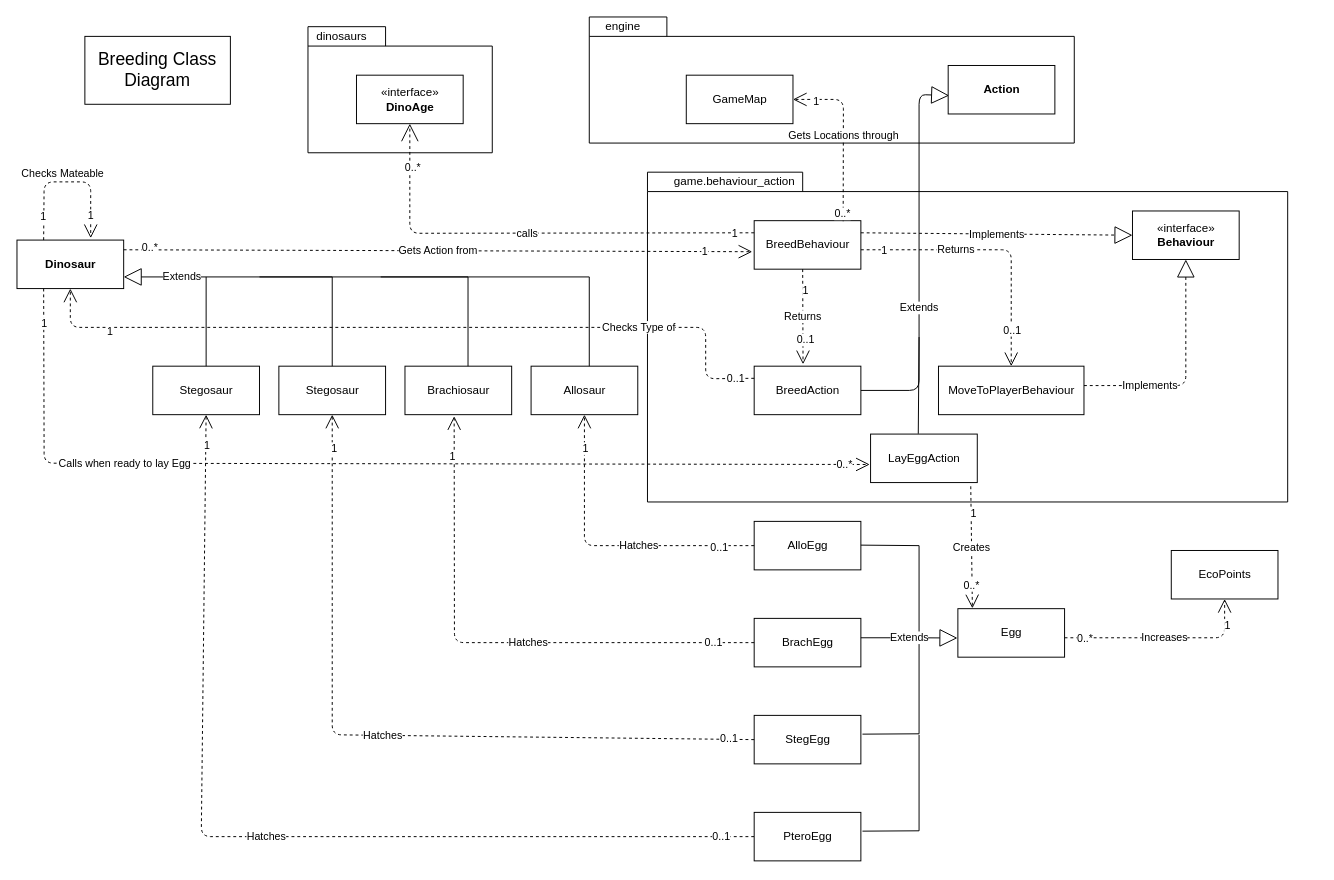
Dax246/FIT2099 keeps this draw.io diagram as Assignment 3 diagrams/UML/Breeding Class Diagram.drawio. Above is the earlier version. Source tidied: cells renumbered, new cells numbered last; positions are measured from the earlier drawing's top-left corner, leaving out a move shared by most shapes. Both pictures are drawn from the tidied source at 97%, with x=0, y=0 at pixel (16, 16).
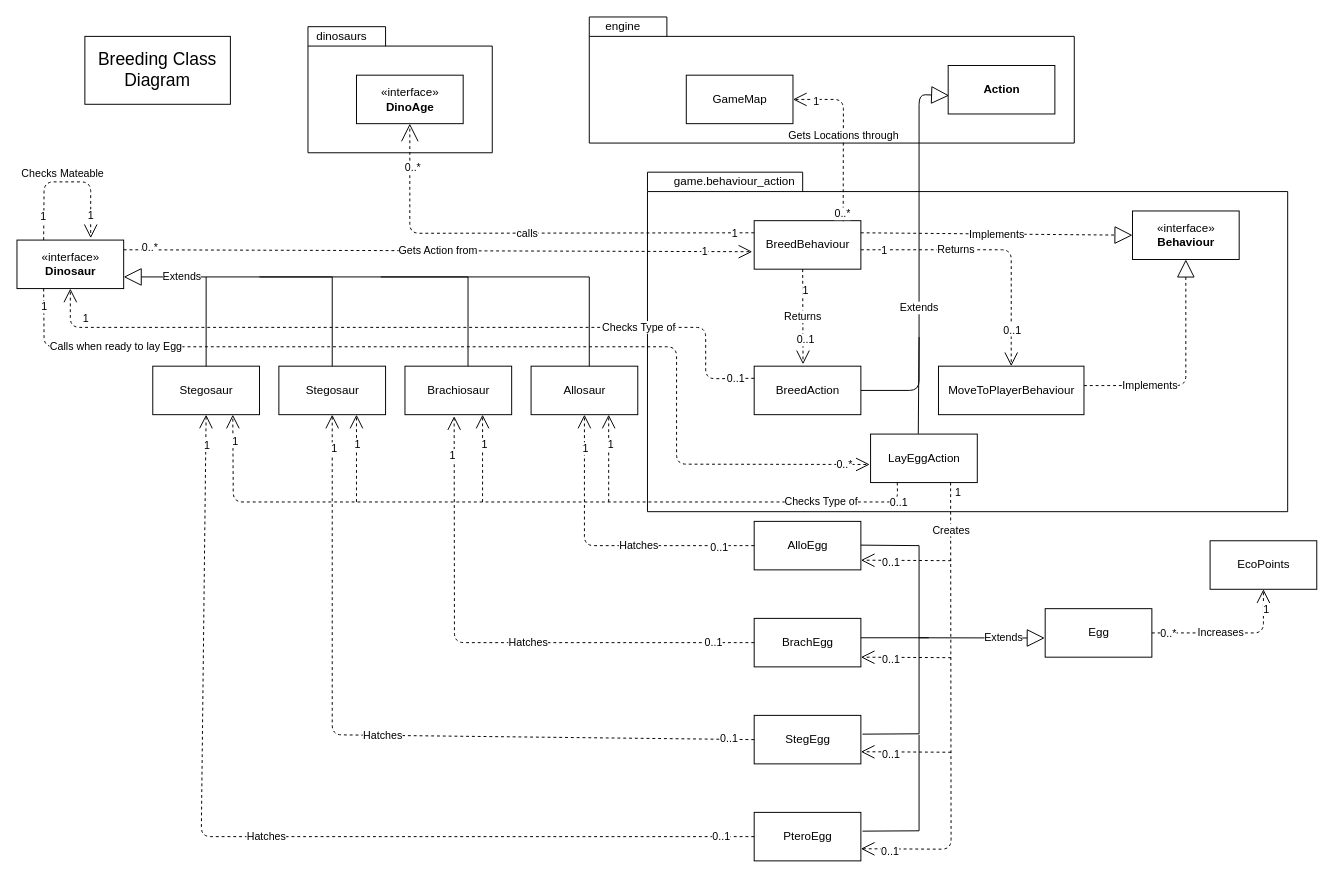
The same diagram, later.

Commit message (it also covers changes not shown here):
Added dinosaur behaviours and actions to UML

Unchanged cells that the change refers to:
```xml
<mxCell id="25" value="Checks Type of" style="endArrow=open;endSize=12;dashed=1;html=1;exitX=0;exitY=0.25;exitDx=0;exitDy=0;entryX=0.5;entryY=1;entryDx=0;entryDy=0;" parent="1" edge="1" source="20" target="6">
  <mxGeometry x="-0.57" relative="1" as="geometry">
    <Array as="points">
      <mxPoint x="710" y="373" />
      <mxPoint x="710" y="320" />
      <mxPoint x="55" y="320" />
    </Array>
  </mxGeometry>
</mxCell>
<mxCell id="38" value="Hatches" style="endArrow=open;endSize=12;dashed=1;html=1;exitX=0;exitY=0.5;exitDx=0;exitDy=0;entryX=0.461;entryY=1.032;entryDx=0;entryDy=0;entryPerimeter=0;" parent="1" edge="1" source="30" target="8">
  <mxGeometry x="-0.14" relative="1" as="geometry">
    <Array as="points">
      <mxPoint x="451" y="645" />
    </Array>
  </mxGeometry>
</mxCell>
<mxCell id="58" value="LayEggAction" style="html=1;" parent="1" vertex="1">
  <mxGeometry x="880" y="430" width="110" height="50" as="geometry" />
</mxCell>
<mxCell id="67" value="Stegosaur" style="html=1;" parent="1" vertex="1">
  <mxGeometry x="140" y="360" width="110" height="50" as="geometry" />
</mxCell>
<mxCell id="74" value="PteroEgg" style="html=1;" parent="1" vertex="1">
  <mxGeometry x="760" y="820" width="110" height="50" as="geometry" />
</mxCell>
```

The edit, as a diff of the source:
```diff
@@
     <mxCell id="2" style="shape=folder;fontStyle=1;spacingTop=10;tabWidth=160;tabHeight=20;tabPosition=left;html=1;" parent="1" vertex="1">
-      <mxGeometry x="650" y="160" width="660" height="340" as="geometry" />
+      <mxGeometry x="650" y="160" width="660" height="350" as="geometry" />
     </mxCell>
@@
-    <mxCell id="6" value="&lt;b&gt;Dinosaur&lt;/b&gt;" style="html=1;" parent="1" vertex="1">
+    <mxCell id="6" value="«interface»&lt;br&gt;&lt;b&gt;Dinosaur&lt;/b&gt;" style="html=1;" parent="1" vertex="1">
       <mxGeometry y="230" width="110" height="50" as="geometry" />
     </mxCell>
@@
     <mxCell id="27" value="1" style="edgeLabel;html=1;align=center;verticalAlign=middle;" parent="25" vertex="1">
-      <mxGeometry x="0.8" y="3" relative="1" as="geometry" />
+      <mxGeometry x="0.8" y="3" relative="1" as="geometry">
+        <mxPoint x="-25" y="-13" as="offset" />
+      </mxGeometry>
     </mxCell>
     <mxCell id="28" value="Egg" style="html=1;" parent="1" vertex="1">
-      <mxGeometry x="970" y="610" width="110" height="50" as="geometry" />
+      <mxGeometry x="1060" y="610" width="110" height="50" as="geometry" />
     </mxCell>
@@
     <mxCell id="34" value="Extends" style="endArrow=block;endSize=16;endFill=0;html=1;entryX=-0.004;entryY=0.605;entryDx=0;entryDy=0;rounded=0;entryPerimeter=0;" parent="1" edge="1" target="28">
-      <mxGeometry x="0.59" y="-10" relative="1" as="geometry">
+      <mxGeometry x="0.7" relative="1" as="geometry">
         <mxPoint x="870" y="544.5" as="sourcePoint" />
         <Array as="points">
           <mxPoint x="930" y="545" />
           <mxPoint x="930" y="640" />
         </Array>
-        <mxPoint x="-10" y="-10" as="offset" />
       </mxGeometry>
     </mxCell>
@@
     <mxCell id="40" value="1" style="edgeLabel;html=1;align=center;verticalAlign=middle;" parent="38" vertex="1">
-      <mxGeometry x="0.85" y="2" relative="1" as="geometry" />
+      <mxGeometry x="0.85" y="2" relative="1" as="geometry">
+        <mxPoint y="-1" as="offset" />
+      </mxGeometry>
     </mxCell>
@@
     <mxCell id="44" value="EcoPoints" style="html=1;" parent="1" vertex="1">
-      <mxGeometry x="1190" y="550" width="110" height="50" as="geometry" />
+      <mxGeometry x="1230" y="540" width="110" height="50" as="geometry" />
     </mxCell>
-    <mxCell id="45" value="Increases" style="endArrow=open;endSize=12;dashed=1;html=1;entryX=0.5;entryY=1;entryDx=0;entryDy=0;" parent="1" edge="1" target="44">
-      <mxGeometry relative="1" as="geometry">
-        <mxPoint x="1080" y="640" as="sourcePoint" />
+    <mxCell id="45" value="Increases" style="endArrow=open;endSize=12;dashed=1;html=1;entryX=0.5;entryY=1;entryDx=0;entryDy=0;exitX=1;exitY=0.5;exitDx=0;exitDy=0;" parent="1" edge="1" source="28" target="44">
+      <mxGeometry x="-0.11" relative="1" as="geometry">
         <Array as="points">
-          <mxPoint x="1245" y="640" />
+          <mxPoint x="1285" y="635" />
         </Array>
       </mxGeometry>
     </mxCell>
@@
-    <mxCell id="60" value="Creates" style="endArrow=open;endSize=12;dashed=1;html=1;exitX=0.939;exitY=1.077;exitDx=0;exitDy=0;exitPerimeter=0;entryX=0.136;entryY=-0.007;entryDx=0;entryDy=0;entryPerimeter=0;" parent="1" edge="1" source="58" target="28">
-      <mxGeometry relative="1" as="geometry" />
+    <mxCell id="60" value="Creates" style="endArrow=open;endSize=12;dashed=1;html=1;exitX=0.75;exitY=1;exitDx=0;exitDy=0;entryX=1;entryY=0.75;entryDx=0;entryDy=0;snapToPoint=1;" parent="1" edge="1" source="58" target="74">
+      <mxGeometry x="-0.79" relative="1" as="geometry">
+        <Array as="points">
+          <mxPoint x="963" y="858" />
+        </Array>
+      </mxGeometry>
     </mxCell>
     <mxCell id="61" value="1" style="edgeLabel;html=1;align=center;verticalAlign=middle;" parent="60" vertex="1">
-      <mxGeometry x="-0.55" y="2" relative="1" as="geometry" />
+      <mxGeometry x="-0.55" y="2" relative="1" as="geometry">
+        <mxPoint x="5" y="-96" as="offset" />
+      </mxGeometry>
     </mxCell>
-    <mxCell id="62" value="0..*" style="edgeLabel;html=1;align=center;verticalAlign=middle;" parent="60" vertex="1">
-      <mxGeometry x="0.62" y="-1" relative="1" as="geometry" />
+    <mxCell id="62" value="0..1" style="edgeLabel;html=1;align=center;verticalAlign=middle;" parent="60" vertex="1">
+      <mxGeometry x="0.62" y="-1" relative="1" as="geometry">
+        <mxPoint x="-60" y="3" as="offset" />
+      </mxGeometry>
     </mxCell>
     <mxCell id="63" value="Calls when ready to lay Egg" style="endArrow=open;endSize=12;dashed=1;html=1;exitX=0.25;exitY=1;exitDx=0;exitDy=0;entryX=-0.008;entryY=0.627;entryDx=0;entryDy=0;entryPerimeter=0;" parent="1" edge="1" source="6" target="58">
-      <mxGeometry x="-0.49" relative="1" as="geometry">
+      <mxGeometry x="-0.74" relative="1" as="geometry">
         <Array as="points">
-          <mxPoint x="28" y="460" />
+          <mxPoint x="28" y="340" />
+          <mxPoint x="680" y="340" />
+          <mxPoint x="680" y="461" />
         </Array>
       </mxGeometry>
     </mxCell>
     <mxCell id="64" value="1" style="edgeLabel;html=1;align=center;verticalAlign=middle;" parent="63" vertex="1">
-      <mxGeometry x="-0.93" relative="1" as="geometry" />
+      <mxGeometry x="-0.93" relative="1" as="geometry">
+        <mxPoint y="-17" as="offset" />
+      </mxGeometry>
     </mxCell>
@@
+    <mxCell id="82" style="endArrow=open;endSize=12;dashed=1;html=1;entryX=1;entryY=0.75;entryDx=0;entryDy=0;snapToPoint=1;" parent="1" edge="1">
+      <mxGeometry relative="1" as="geometry">
+        <mxPoint x="963" y="758" as="sourcePoint" />
+        <mxPoint x="870" y="757.5" as="targetPoint" />
+        <Array as="points">
+          <mxPoint x="963" y="758" />
+        </Array>
+      </mxGeometry>
+    </mxCell>
+    <mxCell id="83" value="0..1" style="edgeLabel;html=1;align=center;verticalAlign=middle;" parent="82" vertex="1">
+      <mxGeometry x="0.62" y="-1" relative="1" as="geometry">
+        <mxPoint x="12" y="3" as="offset" />
+      </mxGeometry>
+    </mxCell>
+    <mxCell id="84" style="endArrow=open;endSize=12;dashed=1;html=1;entryX=1;entryY=0.75;entryDx=0;entryDy=0;snapToPoint=1;" parent="1" edge="1">
+      <mxGeometry relative="1" as="geometry">
+        <mxPoint x="963" y="660.5" as="sourcePoint" />
+        <mxPoint x="870" y="660" as="targetPoint" />
+        <Array as="points">
+          <mxPoint x="963" y="660.5" />
+        </Array>
+      </mxGeometry>
+    </mxCell>
+    <mxCell id="85" value="0..1" style="edgeLabel;html=1;align=center;verticalAlign=middle;" parent="84" vertex="1">
+      <mxGeometry x="0.62" y="-1" relative="1" as="geometry">
+        <mxPoint x="12" y="3" as="offset" />
+      </mxGeometry>
+    </mxCell>
+    <mxCell id="86" style="endArrow=open;endSize=12;dashed=1;html=1;entryX=1;entryY=0.75;entryDx=0;entryDy=0;snapToPoint=1;" parent="1" edge="1">
+      <mxGeometry relative="1" as="geometry">
+        <mxPoint x="963" y="560.5" as="sourcePoint" />
+        <mxPoint x="870" y="560" as="targetPoint" />
+        <Array as="points">
+          <mxPoint x="963" y="560.5" />
+        </Array>
+      </mxGeometry>
+    </mxCell>
+    <mxCell id="87" value="0..1" style="edgeLabel;html=1;align=center;verticalAlign=middle;" parent="86" vertex="1">
+      <mxGeometry x="0.62" y="-1" relative="1" as="geometry">
+        <mxPoint x="12" y="3" as="offset" />
+      </mxGeometry>
+    </mxCell>
+    <mxCell id="88" value="Checks Type of" style="endArrow=open;endSize=12;dashed=1;html=1;exitX=0.25;exitY=1;exitDx=0;exitDy=0;entryX=0.75;entryY=1;entryDx=0;entryDy=0;" parent="1" edge="1" source="58" target="67">
+      <mxGeometry x="-0.75" relative="1" as="geometry">
+        <Array as="points">
+          <mxPoint x="908" y="500" />
+          <mxPoint x="223" y="500" />
+        </Array>
+      </mxGeometry>
+    </mxCell>
+    <mxCell id="89" value="0..1" style="edgeLabel;html=1;align=center;verticalAlign=middle;" parent="88" vertex="1">
+      <mxGeometry x="-0.95" relative="1" as="geometry" />
+    </mxCell>
+    <mxCell id="90" value="1" style="edgeLabel;html=1;align=center;verticalAlign=middle;" parent="88" vertex="1">
+      <mxGeometry x="0.93" y="-2" relative="1" as="geometry" />
+    </mxCell>
+    <mxCell id="91" style="endArrow=open;endSize=12;dashed=1;html=1;entryX=0.75;entryY=1;entryDx=0;entryDy=0;" parent="1" edge="1">
+      <mxGeometry x="-0.75" relative="1" as="geometry">
+        <mxPoint x="350" y="500" as="sourcePoint" />
+        <mxPoint x="350" y="410" as="targetPoint" />
+        <Array as="points">
+          <mxPoint x="350.5" y="500" />
+        </Array>
+      </mxGeometry>
+    </mxCell>
+    <mxCell id="92" value="1" style="edgeLabel;html=1;align=center;verticalAlign=middle;" parent="91" vertex="1">
+      <mxGeometry x="0.93" y="-1" relative="1" as="geometry">
+        <mxPoint x="-1" y="27" as="offset" />
+      </mxGeometry>
+    </mxCell>
+    <mxCell id="93" style="endArrow=open;endSize=12;dashed=1;html=1;entryX=0.75;entryY=1;entryDx=0;entryDy=0;" parent="1" edge="1">
+      <mxGeometry x="-0.75" relative="1" as="geometry">
+        <mxPoint x="480" y="500" as="sourcePoint" />
+        <mxPoint x="480" y="410" as="targetPoint" />
+        <Array as="points">
+          <mxPoint x="480.5" y="500" />
+        </Array>
+      </mxGeometry>
+    </mxCell>
+    <mxCell id="94" value="1" style="edgeLabel;html=1;align=center;verticalAlign=middle;" parent="93" vertex="1">
+      <mxGeometry x="0.93" y="-1" relative="1" as="geometry">
+        <mxPoint y="27" as="offset" />
+      </mxGeometry>
+    </mxCell>
+    <mxCell id="95" style="endArrow=open;endSize=12;dashed=1;html=1;entryX=0.75;entryY=1;entryDx=0;entryDy=0;" parent="1" edge="1">
+      <mxGeometry x="-0.75" relative="1" as="geometry">
+        <mxPoint x="610" y="500" as="sourcePoint" />
+        <mxPoint x="610" y="410" as="targetPoint" />
+        <Array as="points">
+          <mxPoint x="610.5" y="500" />
+        </Array>
+      </mxGeometry>
+    </mxCell>
+    <mxCell id="96" value="1" style="edgeLabel;html=1;align=center;verticalAlign=middle;" parent="95" vertex="1">
+      <mxGeometry x="0.93" y="-1" relative="1" as="geometry">
+        <mxPoint y="27" as="offset" />
+      </mxGeometry>
+    </mxCell>
```
